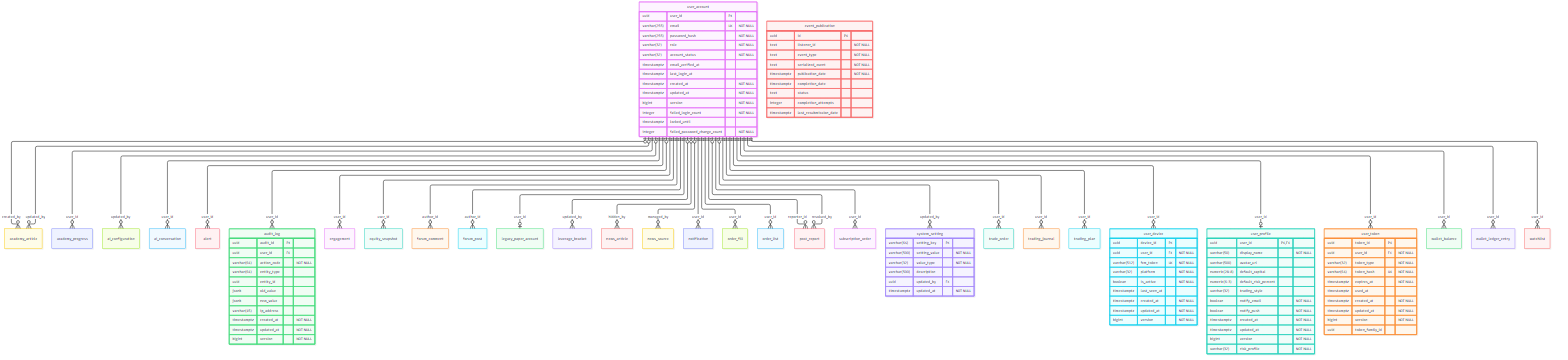
This is specs/diagrams/erd/ERD-01_identity_and_platform.png from nguyenluc2411/cryptopilot_project, a Mermaid export, as it was before one commit. Its source is kept beside it as specs/diagrams/erd/ERD-01_identity_and_platform.mmd. Source of this version:
```mermaid
erDiagram
    user_account {
        uuid user_id PK
        varchar(255) email UK "NOT NULL"
        varchar(255) password_hash "NOT NULL"
        varchar(32) role "NOT NULL"
        varchar(32) account_status "NOT NULL"
        timestamptz email_verified_at
        timestamptz last_login_at
        timestamptz created_at "NOT NULL"
        timestamptz updated_at "NOT NULL"
        bigint version "NOT NULL"
        integer failed_login_count "NOT NULL"
        timestamptz locked_until
        integer failed_password_change_count "NOT NULL"
    }
    user_profile {
        uuid user_id PK, FK
        varchar(50) display_name "NOT NULL"
        varchar(500) avatar_url
        numeric(28-8) default_capital
        numeric(6-3) default_risk_percent
        varchar(32) trading_style
        boolean notify_email "NOT NULL"
        boolean notify_push "NOT NULL"
        timestamptz created_at "NOT NULL"
        timestamptz updated_at "NOT NULL"
        bigint version "NOT NULL"
        varchar(32) risk_profile "NOT NULL"
    }
    user_token {
        uuid token_id PK
        uuid user_id FK "NOT NULL"
        varchar(32) token_type "NOT NULL"
        varchar(64) token_hash UK "NOT NULL"
        timestamptz expires_at "NOT NULL"
        timestamptz used_at
        timestamptz created_at "NOT NULL"
        timestamptz updated_at "NOT NULL"
        bigint version "NOT NULL"
        uuid token_family_id
    }
    user_device {
        uuid device_id PK
        uuid user_id FK "NOT NULL"
        varchar(512) fcm_token UK "NOT NULL"
        varchar(32) platform "NOT NULL"
        boolean is_active "NOT NULL"
        timestamptz last_seen_at
        timestamptz created_at "NOT NULL"
        timestamptz updated_at "NOT NULL"
        bigint version "NOT NULL"
    }
    audit_log {
        uuid audit_id PK
        uuid user_id FK
        varchar(64) action_code "NOT NULL"
        varchar(64) entity_type
        uuid entity_id
        jsonb old_value
        jsonb new_value
        varchar(45) ip_address
        timestamptz created_at "NOT NULL"
        timestamptz updated_at "NOT NULL"
        bigint version "NOT NULL"
    }
    system_setting {
        varchar(64) setting_key PK
        varchar(500) setting_value "NOT NULL"
        varchar(32) value_type "NOT NULL"
        varchar(500) description
        uuid updated_by FK
        timestamptz updated_at "NOT NULL"
    }
    event_publication {
        uuid id PK
        text listener_id "NOT NULL"
        text event_type "NOT NULL"
        text serialized_event "NOT NULL"
        timestamptz publication_date "NOT NULL"
        timestamptz completion_date
        text status
        integer completion_attempts
        timestamptz last_resubmission_date
    }
    user_account |o--o{ academy_article : "created_by"
    user_account |o--o{ academy_article : "updated_by"
    user_account ||--o{ academy_progress : "user_id"
    user_account |o--o{ ai_configuration : "updated_by"
    user_account ||--o{ ai_conversation : "user_id"
    user_account ||--o{ alert : "user_id"
    user_account |o--o{ audit_log : "user_id"
    user_account ||--o{ engagement : "user_id"
    user_account ||--o{ equity_snapshot : "user_id"
    user_account ||--o{ forum_comment : "author_id"
    user_account ||--o{ forum_post : "author_id"
    user_account ||--o| legacy_paper_account : "user_id"
    user_account |o--o{ leverage_bracket : "updated_by"
    user_account |o--o{ news_article : "hidden_by"
    user_account |o--o{ news_source : "managed_by"
    user_account ||--o{ notification : "user_id"
    user_account ||--o{ order_fill : "user_id"
    user_account ||--o{ order_list : "user_id"
    user_account ||--o{ post_report : "reporter_id"
    user_account |o--o{ post_report : "resolved_by"
    user_account ||--o{ subscription_order : "user_id"
    user_account |o--o{ system_setting : "updated_by"
    user_account ||--o{ trade_order : "user_id"
    user_account ||--o{ trading_journal : "user_id"
    user_account ||--o{ trading_plan : "user_id"
    user_account ||--o{ user_device : "user_id"
    user_account ||--o| user_profile : "user_id"
    user_account ||--o{ user_token : "user_id"
    user_account ||--o{ wallet_balance : "user_id"
    user_account ||--o{ wallet_ledger_entry : "user_id"
    user_account ||--o{ watchlist : "user_id"
```
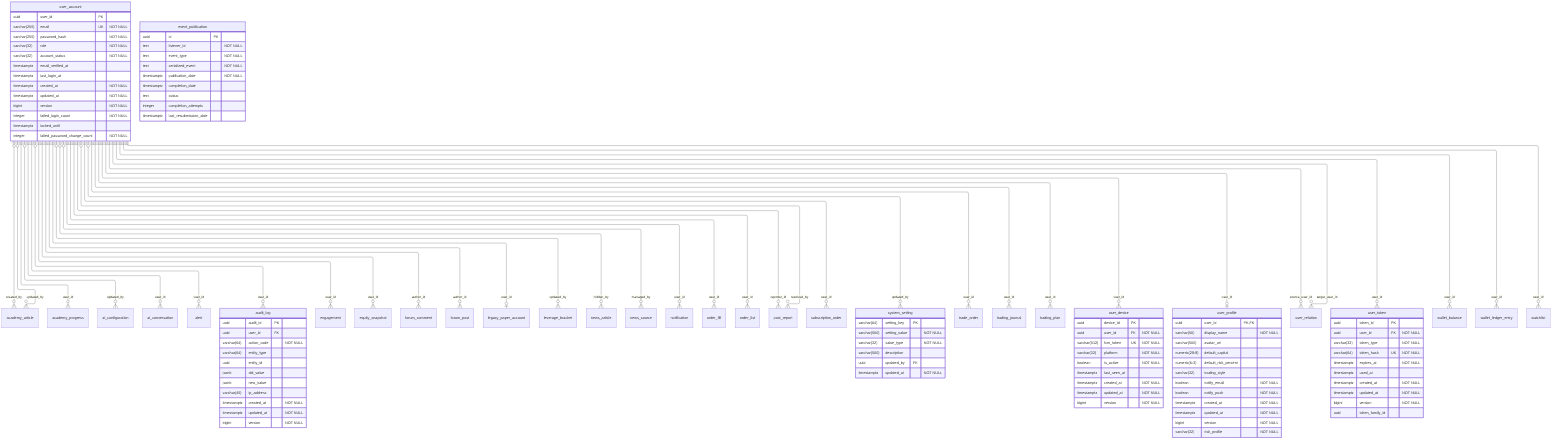
Later version of the same file.

Change to the diagram source:
```diff
@@ -110,6 +110,8 @@
     user_account ||--o{ trading_plan : "user_id"
     user_account ||--o{ user_device : "user_id"
     user_account ||--o| user_profile : "user_id"
+    user_account ||--o{ user_relation : "source_user_id"
+    user_account ||--o{ user_relation : "target_user_id"
     user_account ||--o{ user_token : "user_id"
     user_account ||--o{ wallet_balance : "user_id"
     user_account ||--o{ wallet_ledger_entry : "user_id"
```
